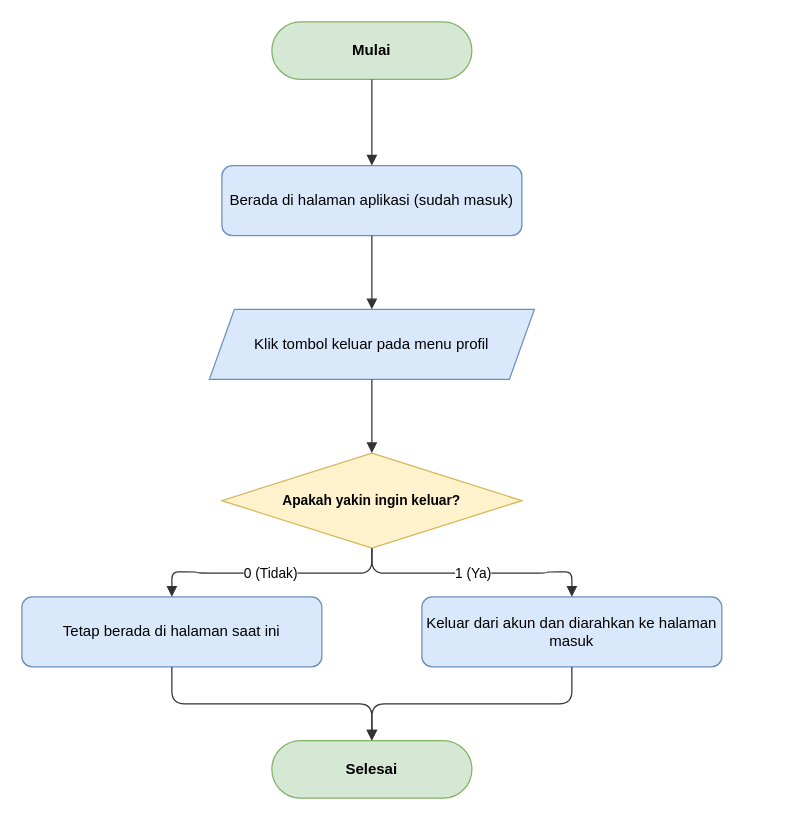
Above: docs/diagrams/flowchart/flowchart-logout.drawio in dimstyle/ruang-baca (draw.io), before the change. Source tidied: cells renumbered, new cells numbered last; positions are measured from the earlier drawing's top-left corner, leaving out a move shared by most shapes. Both pictures are drawn from the tidied source at 125%, with x=0, y=0 at pixel (21, 21).
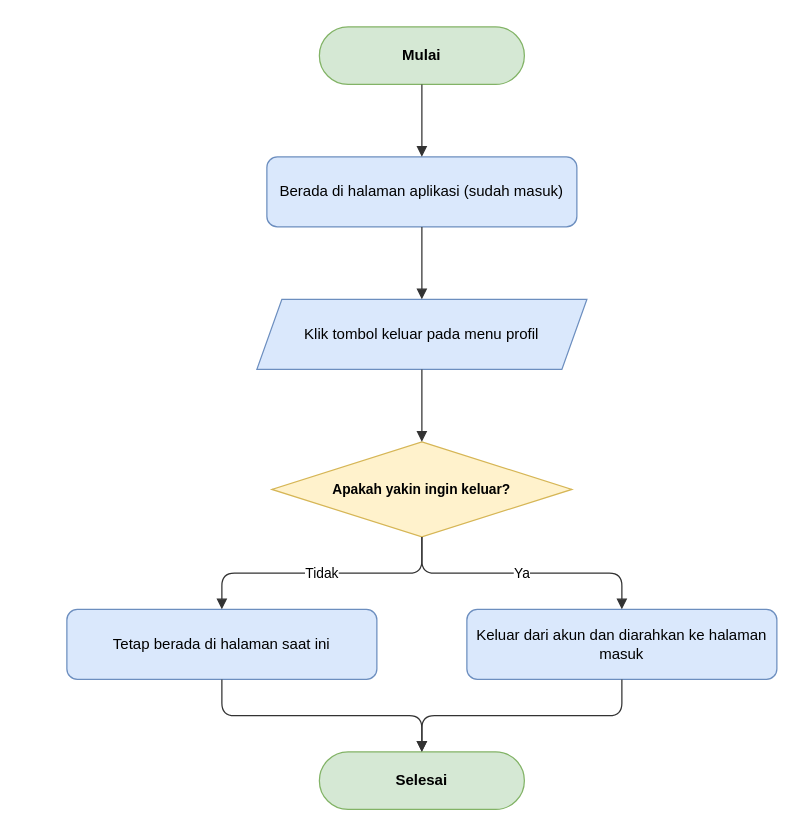
After the change.

What changed in the source:
```diff
@@
 <mxGraphModel>
   <root>
     <mxCell id="0" />
     <mxCell id="1" parent="0" />
     <mxCell id="2" value="Mulai" style="rounded=1;whiteSpace=wrap;html=1;arcSize=50;fillColor=#d5e8d4;strokeColor=#82b366;fontStyle=1;fontSize=12;" parent="1" vertex="1">
-      <mxGeometry x="200" width="160" height="46" as="geometry" />
+      <mxGeometry x="238" y="4" width="164" height="46" as="geometry" />
     </mxCell>
     <mxCell id="3" value="Berada di halaman aplikasi (sudah masuk)" style="rounded=1;whiteSpace=wrap;html=1;fillColor=#dae8fc;strokeColor=#6c8ebf;fontSize=12;" parent="1" vertex="1">
-      <mxGeometry x="160" y="115" width="240" height="56" as="geometry" />
+      <mxGeometry x="196" y="108" width="248" height="56" as="geometry" />
     </mxCell>
     <mxCell id="4" value="Klik tombol keluar pada menu profil" style="shape=parallelogram;perimeter=parallelogramPerimeter;whiteSpace=wrap;html=1;fixedSize=1;fillColor=#dae8fc;strokeColor=#6c8ebf;fontSize=12;" parent="1" vertex="1">
-      <mxGeometry x="150" y="230" width="260" height="56" as="geometry" />
+      <mxGeometry x="188" y="222" width="264" height="56" as="geometry" />
     </mxCell>
     <mxCell id="5" value="Apakah yakin ingin keluar?" style="rhombus;whiteSpace=wrap;html=1;fillColor=#fff2cc;strokeColor=#d6b656;fontStyle=1;fontSize=11;" parent="1" vertex="1">
-      <mxGeometry x="160" y="345" width="240" height="76" as="geometry" />
+      <mxGeometry x="200" y="336" width="240" height="76" as="geometry" />
     </mxCell>
     <mxCell id="6" value="Tetap berada di halaman saat ini" style="rounded=1;whiteSpace=wrap;html=1;fillColor=#dae8fc;strokeColor=#6c8ebf;fontSize=12;" parent="1" vertex="1">
-      <mxGeometry y="460" width="240" height="56" as="geometry" />
+      <mxGeometry x="36" y="470" width="248" height="56" as="geometry" />
     </mxCell>
     <mxCell id="7" value="Keluar dari akun dan diarahkan ke halaman masuk" style="rounded=1;whiteSpace=wrap;html=1;fillColor=#dae8fc;strokeColor=#6c8ebf;fontSize=12;" parent="1" vertex="1">
-      <mxGeometry x="320" y="460" width="240" height="56" as="geometry" />
+      <mxGeometry x="356" y="470" width="248" height="56" as="geometry" />
     </mxCell>
     <mxCell id="8" value="Selesai" style="rounded=1;whiteSpace=wrap;html=1;arcSize=50;fillColor=#d5e8d4;strokeColor=#82b366;fontStyle=1;fontSize=12;" parent="1" vertex="1">
-      <mxGeometry x="200" y="575" width="160" height="46" as="geometry" />
+      <mxGeometry x="238" y="584" width="164" height="46" as="geometry" />
     </mxCell>
     <mxCell id="9" style="edgeStyle=orthogonalEdgeStyle;rounded=1;jettySize=auto;html=1;endArrow=block;endFill=1;strokeColor=#333333;fontSize=11;labelBackgroundColor=#ffffff;" parent="1" edge="1" source="2" target="3">
       <mxGeometry relative="1" as="geometry" />
     </mxCell>
     <mxCell id="10" style="edgeStyle=orthogonalEdgeStyle;rounded=1;jettySize=auto;html=1;endArrow=block;endFill=1;strokeColor=#333333;fontSize=11;labelBackgroundColor=#ffffff;" parent="1" edge="1" source="3" target="4">
       <mxGeometry relative="1" as="geometry" />
     </mxCell>
     <mxCell id="11" style="edgeStyle=orthogonalEdgeStyle;rounded=1;jettySize=auto;html=1;endArrow=block;endFill=1;strokeColor=#333333;fontSize=11;labelBackgroundColor=#ffffff;" parent="1" edge="1" source="4" target="5">
       <mxGeometry relative="1" as="geometry" />
     </mxCell>
-    <mxCell id="12" value="0 (Tidak)" style="edgeStyle=orthogonalEdgeStyle;rounded=1;jettySize=auto;html=1;endArrow=block;endFill=1;strokeColor=#333333;fontSize=11;labelBackgroundColor=#ffffff;" parent="1" edge="1" source="5" target="6">
+    <mxCell id="12" value="Tidak" style="edgeStyle=orthogonalEdgeStyle;rounded=1;jettySize=auto;html=1;endArrow=block;endFill=1;strokeColor=#333333;fontSize=11;labelBackgroundColor=#ffffff;" parent="1" edge="1" source="5" target="6">
       <mxGeometry relative="1" as="geometry" />
     </mxCell>
     <mxCell id="13" style="edgeStyle=orthogonalEdgeStyle;rounded=1;jettySize=auto;html=1;endArrow=block;endFill=1;strokeColor=#333333;fontSize=11;labelBackgroundColor=#ffffff;" parent="1" edge="1" source="6" target="8">
       <mxGeometry relative="1" as="geometry" />
     </mxCell>
-    <mxCell id="14" value="1 (Ya)" style="edgeStyle=orthogonalEdgeStyle;rounded=1;jettySize=auto;html=1;endArrow=block;endFill=1;strokeColor=#333333;fontSize=11;labelBackgroundColor=#ffffff;" parent="1" edge="1" source="5" target="7">
+    <mxCell id="14" value="Ya" style="edgeStyle=orthogonalEdgeStyle;rounded=1;jettySize=auto;html=1;endArrow=block;endFill=1;strokeColor=#333333;fontSize=11;labelBackgroundColor=#ffffff;" parent="1" edge="1" source="5" target="7">
       <mxGeometry relative="1" as="geometry" />
     </mxCell>
     <mxCell id="15" style="edgeStyle=orthogonalEdgeStyle;rounded=1;jettySize=auto;html=1;endArrow=block;endFill=1;strokeColor=#333333;fontSize=11;labelBackgroundColor=#ffffff;" parent="1" edge="1" source="7" target="8">
       <mxGeometry relative="1" as="geometry" />
     </mxCell>
   </root>
 </mxGraphModel>
```
